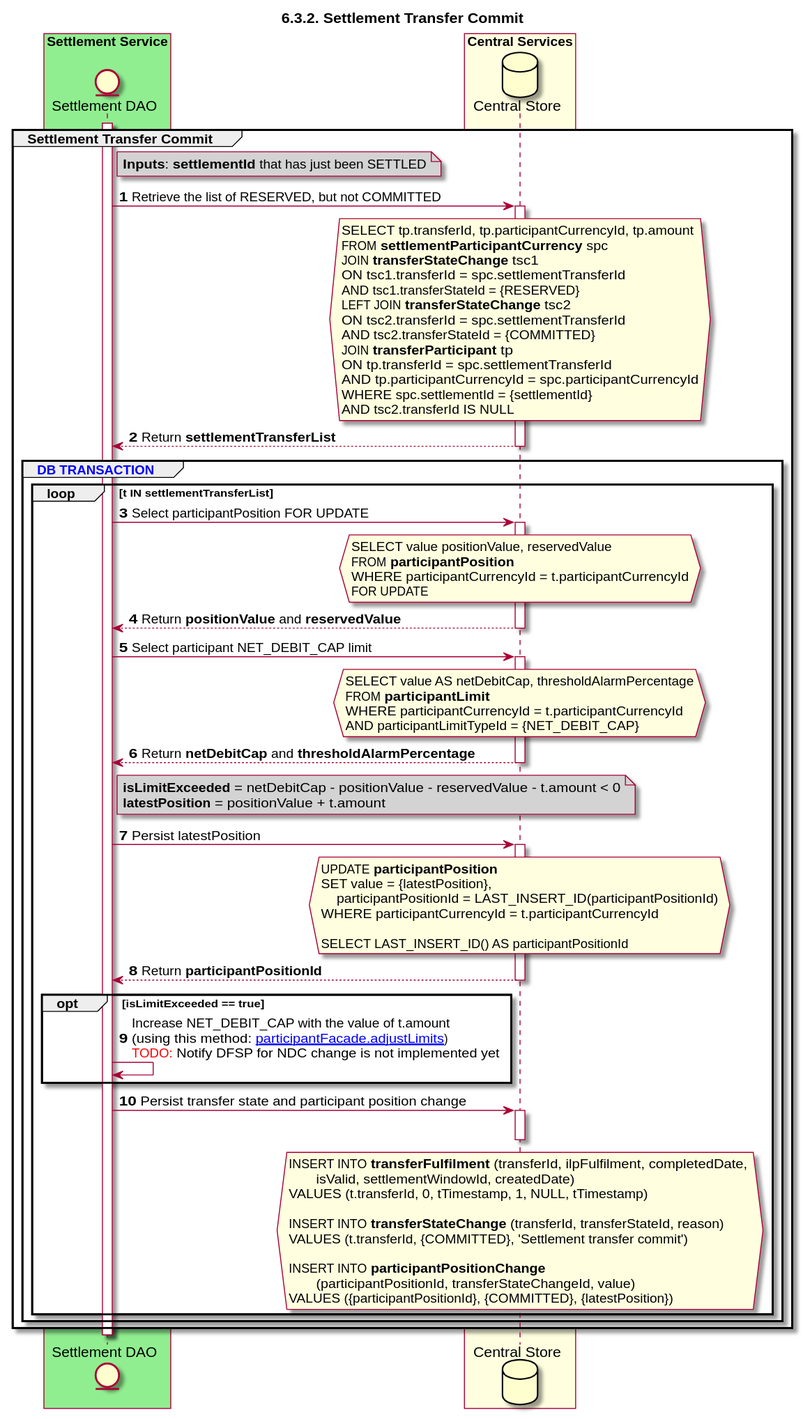
Before: CentralServices/seq_diagrams/seq-settransfer-6.3.2-commit.svg, a diagram exported from PlantUML (ggrg/docs).
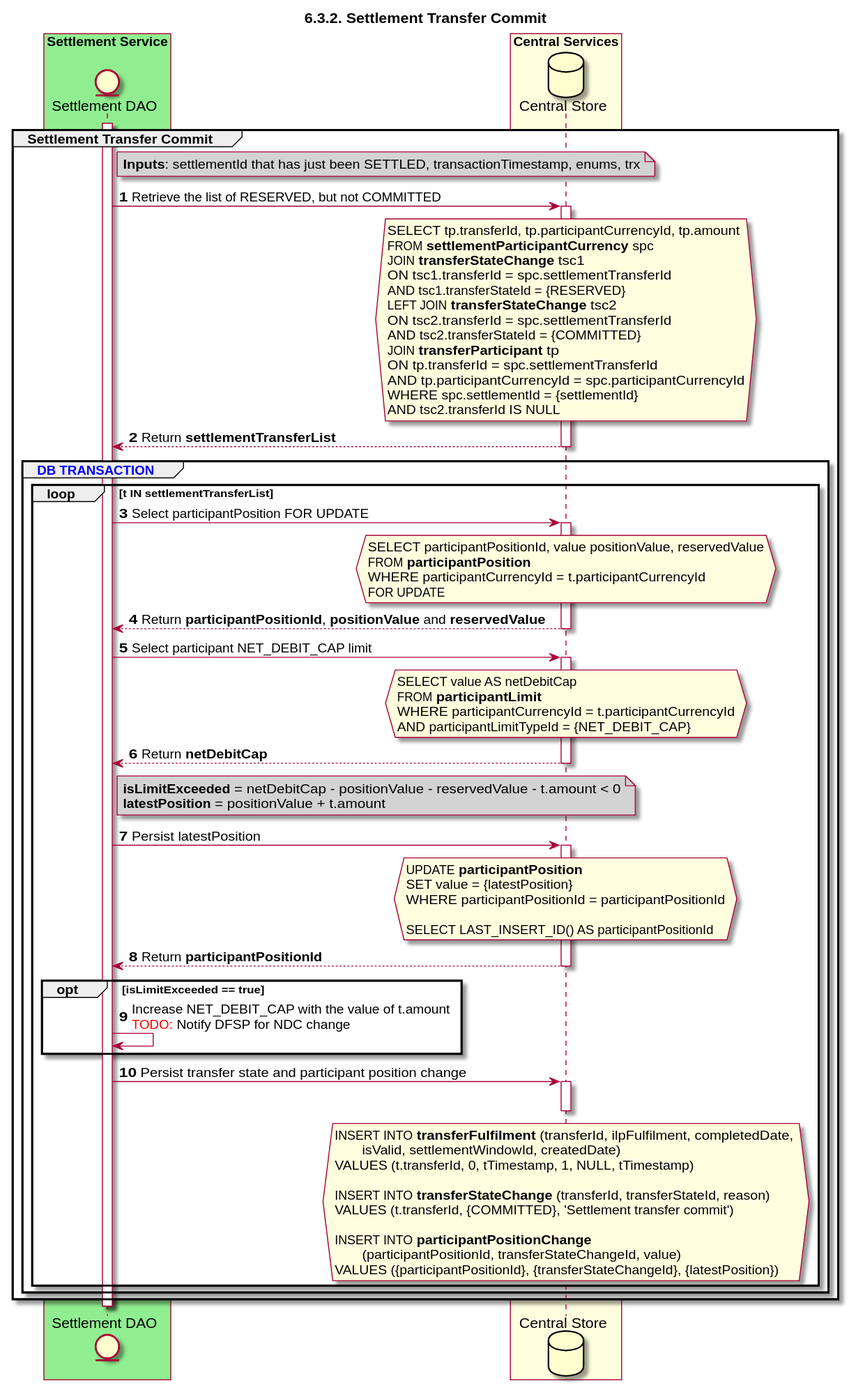
After the commit.

What changed in the source:
```diff
@@ -16,7 +16,7 @@
 activate SETTLE_DAO
 group Settlement Transfer Commit
     note right of SETTLE_DAO #lightgray
-        **Inputs**: **settlementId** that has just been SETTLED
+        **Inputs**: settlementId that has just been SETTLED, transactionTimestamp, enums, trx
     end note
     SETTLE_DAO -> DB: Retrieve the list of RESERVED, but not COMMITTED
     activate DB
@@ -42,22 +42,22 @@
             SETTLE_DAO -> DB: Select participantPosition FOR UPDATE
             activate DB
             hnote over DB #lightyellow
-                SELECT value positionValue, reservedValue
+                SELECT participantPositionId, value positionValue, reservedValue
                 FROM **participantPosition**
                 WHERE participantCurrencyId = t.participantCurrencyId
                 FOR UPDATE
             end note
-            DB --> SETTLE_DAO: Return **positionValue** and **reservedValue**
+            DB --> SETTLE_DAO: Return **participantPositionId**, **positionValue** and **reservedValue**
             deactivate DB
             SETTLE_DAO -> DB: Select participant NET_DEBIT_CAP limit
             activate DB
             hnote over DB #lightyellow
-                SELECT value AS netDebitCap, thresholdAlarmPercentage
+                SELECT value AS netDebitCap
                 FROM **participantLimit**
                 WHERE participantCurrencyId = t.participantCurrencyId
                 AND participantLimitTypeId = {NET_DEBIT_CAP}
             end note
-            DB --> SETTLE_DAO: Return **netDebitCap** and **thresholdAlarmPercentage**
+            DB --> SETTLE_DAO: Return **netDebitCap**
             deactivate DB
             note right of SETTLE_DAO #lightgray
                 **isLimitExceeded** = netDebitCap - positionValue - reservedValue - t.amount < 0
@@ -67,16 +67,15 @@
             activate DB
             hnote over DB #lightyellow
                 UPDATE **participantPosition**
-                SET value = {latestPosition},
-                    participantPositionId = LAST_INSERT_ID(participantPositionId)
-                WHERE participantCurrencyId = t.participantCurrencyId
+                SET value = {latestPosition}
+                WHERE participantPositionId = participantPositionId
 
                 SELECT LAST_INSERT_ID() AS participantPositionId
             end note
             DB-->SETTLE_DAO: Return **participantPositionId**
             deactivate DB
             opt isLimitExceeded == true
-                SETTLE_DAO->SETTLE_DAO: Increase NET_DEBIT_CAP with the value of t.amount\n(using this method: [[https://github.com/mojaloop/central-ledger/blob/develop/src/models/participant/facade.js#L320 participantFacade.adjustLimits]])\n<color #red>TODO:</color> Notify DFSP for NDC change  is not implemented yet
+                SETTLE_DAO->SETTLE_DAO: Increase NET_DEBIT_CAP with the value of t.amount\n<color #red>TODO:</color> Notify DFSP for NDC change
             end
             deactivate DB
             SETTLE_DAO -> DB: Persist transfer state and participant position change
@@ -90,7 +89,7 @@
 
                 INSERT INTO **participantPositionChange**
                        (participantPositionId, transferStateChangeId, value)
-                VALUES ({participantPositionId}, {COMMITTED}, {latestPosition})
+                VALUES ({participantPositionId}, {transferStateChangeId}, {latestPosition})
             end note
             activate DB
             deactivate DB
```
